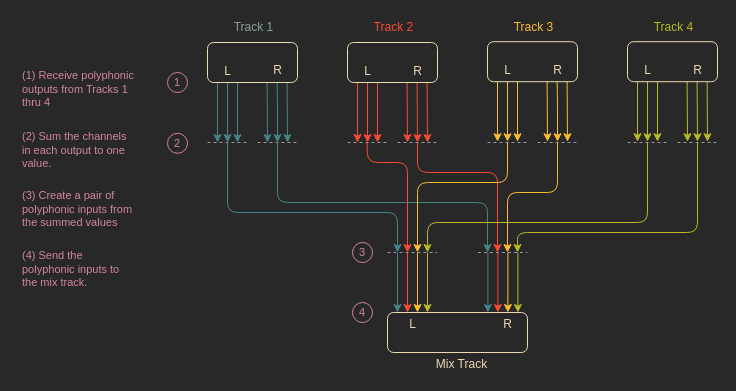
SteveRussell33/Autonomous-Robot-Collective keeps this draw.io diagram as docs/track.drawio. Above is the earlier version. Source tidied: cells renumbered, new cells numbered last; positions are measured from the earlier drawing's top-left corner, leaving out a move shared by most shapes. Both pictures are drawn from the tidied source at 100%, with x=0, y=0 at pixel (17, 17).
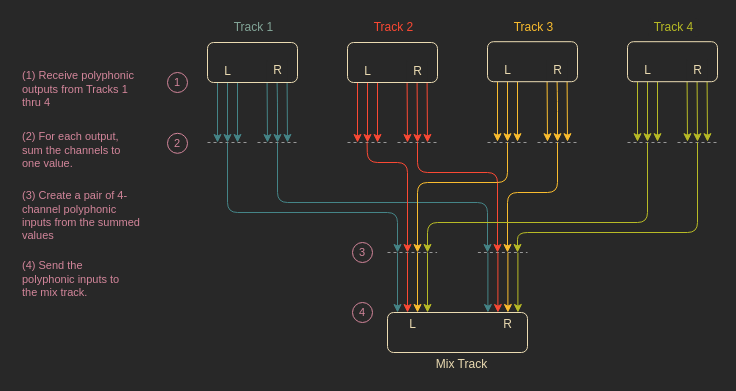
The same page after the edit.

Change to the diagram source:
```diff
@@
-    <mxCell id="39" value="&lt;h1 style=&quot;font-size: 11px&quot;&gt;&lt;span style=&quot;font-weight: normal ; font-size: 11px&quot;&gt;(2) Sum the channels in each output to one value.&lt;/span&gt;&lt;/h1&gt;" style="text;html=1;strokeColor=none;fillColor=none;spacing=5;spacingTop=-20;whiteSpace=wrap;overflow=hidden;rounded=0;fontSize=11;fontColor=#d3869b;" parent="1" vertex="1">
+    <mxCell id="39" value="&lt;h1 style=&quot;font-size: 11px&quot;&gt;&lt;span style=&quot;font-weight: normal ; font-size: 11px&quot;&gt;(2) For each output, sum the channels to one value.&lt;/span&gt;&lt;/h1&gt;" style="text;html=1;strokeColor=none;fillColor=none;spacing=5;spacingTop=-20;whiteSpace=wrap;overflow=hidden;rounded=0;fontSize=11;fontColor=#d3869b;" parent="1" vertex="1">
       <mxGeometry y="115.8" width="120" height="39.2" as="geometry" />
     </mxCell>
     <mxCell id="40" value="&lt;h1 style=&quot;font-size: 11px&quot;&gt;&lt;span style=&quot;font-weight: normal ; font-size: 11px&quot;&gt;(4) Send the polyphonic inputs to the mix track.&lt;/span&gt;&lt;/h1&gt;" style="text;html=1;strokeColor=none;fillColor=none;spacing=5;spacingTop=-20;whiteSpace=wrap;overflow=hidden;rounded=0;fontSize=11;fontColor=#d3869b;" parent="1" vertex="1">
-      <mxGeometry y="235" width="110" height="50" as="geometry" />
+      <mxGeometry y="245" width="110" height="50" as="geometry" />
     </mxCell>
@@
-    <mxCell id="44" value="&lt;h1 style=&quot;font-size: 11px&quot;&gt;&lt;span style=&quot;font-weight: normal ; font-size: 11px&quot;&gt;(3) Create a pair of polyphonic inputs from the summed values&lt;/span&gt;&lt;/h1&gt;" style="text;html=1;strokeColor=none;fillColor=none;spacing=5;spacingTop=-20;whiteSpace=wrap;overflow=hidden;rounded=0;fontSize=11;fontColor=#d3869b;" parent="1" vertex="1">
-      <mxGeometry y="175" width="130" height="40" as="geometry" />
+    <mxCell id="44" value="&lt;h1 style=&quot;font-size: 11px&quot;&gt;&lt;span style=&quot;font-weight: normal ; font-size: 11px&quot;&gt;(3) Create a pair of 4-channel polyphonic inputs from the summed values&lt;/span&gt;&lt;/h1&gt;" style="text;html=1;strokeColor=none;fillColor=none;spacing=5;spacingTop=-20;whiteSpace=wrap;overflow=hidden;rounded=0;fontSize=11;fontColor=#d3869b;" parent="1" vertex="1">
+      <mxGeometry y="175" width="130" height="50" as="geometry" />
     </mxCell>
```
